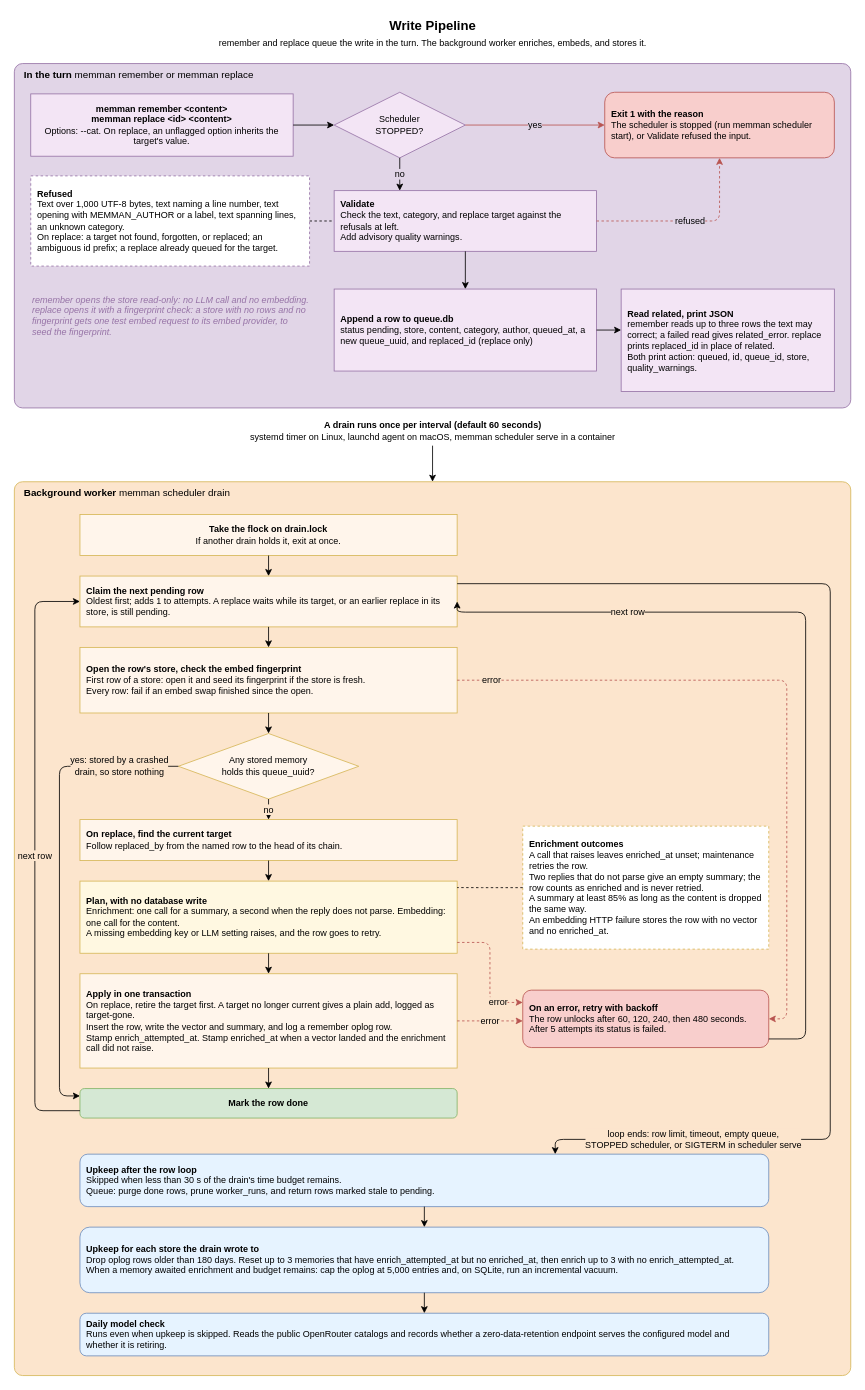
Earlier version of the draw.io diagram docs/diagrams/04-remember-pipeline.drawio (bissli/memman). Source tidied: cells renumbered, new cells numbered last; positions are measured from the earlier drawing's top-left corner, leaving out a move shared by most shapes. Both pictures are drawn from the tidied source at 82%, with x=0, y=0 at pixel (14, 14).
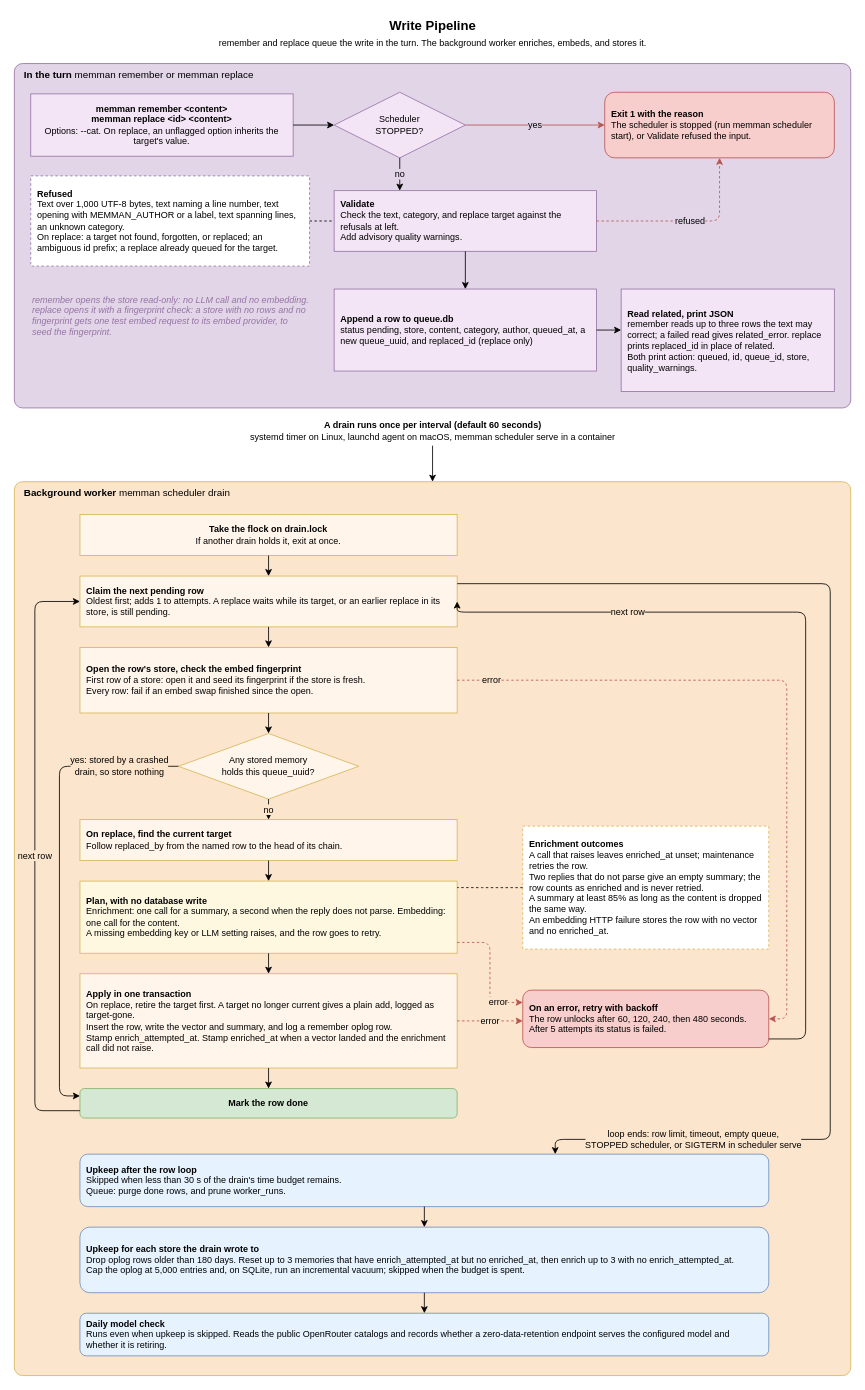
The same diagram, later.

Commit message (it also covers changes not shown here):
Document write-path retries, oplog cap, and queue statuses

The edit, as a diff of the source:
```diff
@@
-    <mxCell id="32" value="&lt;b&gt;Upkeep after the row loop&lt;/b&gt;&lt;br&gt;Skipped when less than 30 s of the drain's time budget remains.&lt;br&gt;Queue: purge done rows, prune worker_runs, and return rows marked stale to pending." style="rounded=1;whiteSpace=wrap;html=1;fillColor=#E6F3FF;strokeColor=#6c8ebf;fontSize=11;align=left;spacingLeft=6;spacingRight=6;" parent="1" vertex="1">
+    <mxCell id="32" value="&lt;b&gt;Upkeep after the row loop&lt;/b&gt;&lt;br&gt;Skipped when less than 30 s of the drain's time budget remains.&lt;br&gt;Queue: purge done rows, and prune worker_runs." style="rounded=1;whiteSpace=wrap;html=1;fillColor=#E6F3FF;strokeColor=#6c8ebf;fontSize=11;align=left;spacingLeft=6;spacingRight=6;" parent="1" vertex="1">
       <mxGeometry x="80" y="1390" width="840" height="64" as="geometry" />
     </mxCell>
-    <mxCell id="33" value="&lt;b&gt;Upkeep for each store the drain wrote to&lt;/b&gt;&lt;br&gt;Drop oplog rows older than 180 days. Reset up to 3 memories that have enrich_attempted_at but no enriched_at, then enrich up to 3 with no enrich_attempted_at.&lt;br&gt;When a memory awaited enrichment and budget remains: cap the oplog at 5,000 entries and, on SQLite, run an incremental vacuum." style="rounded=1;whiteSpace=wrap;html=1;fillColor=#E6F3FF;strokeColor=#6c8ebf;fontSize=11;align=left;spacingLeft=6;spacingRight=6;" parent="1" vertex="1">
+    <mxCell id="33" value="&lt;b&gt;Upkeep for each store the drain wrote to&lt;/b&gt;&lt;br&gt;Drop oplog rows older than 180 days. Reset up to 3 memories that have enrich_attempted_at but no enriched_at, then enrich up to 3 with no enrich_attempted_at.&lt;br&gt;Cap the oplog at 5,000 entries and, on SQLite, run an incremental vacuum; skipped when the budget is spent." style="rounded=1;whiteSpace=wrap;html=1;fillColor=#E6F3FF;strokeColor=#6c8ebf;fontSize=11;align=left;spacingLeft=6;spacingRight=6;" parent="1" vertex="1">
       <mxGeometry x="80" y="1479" width="840" height="80" as="geometry" />
     </mxCell>
```
